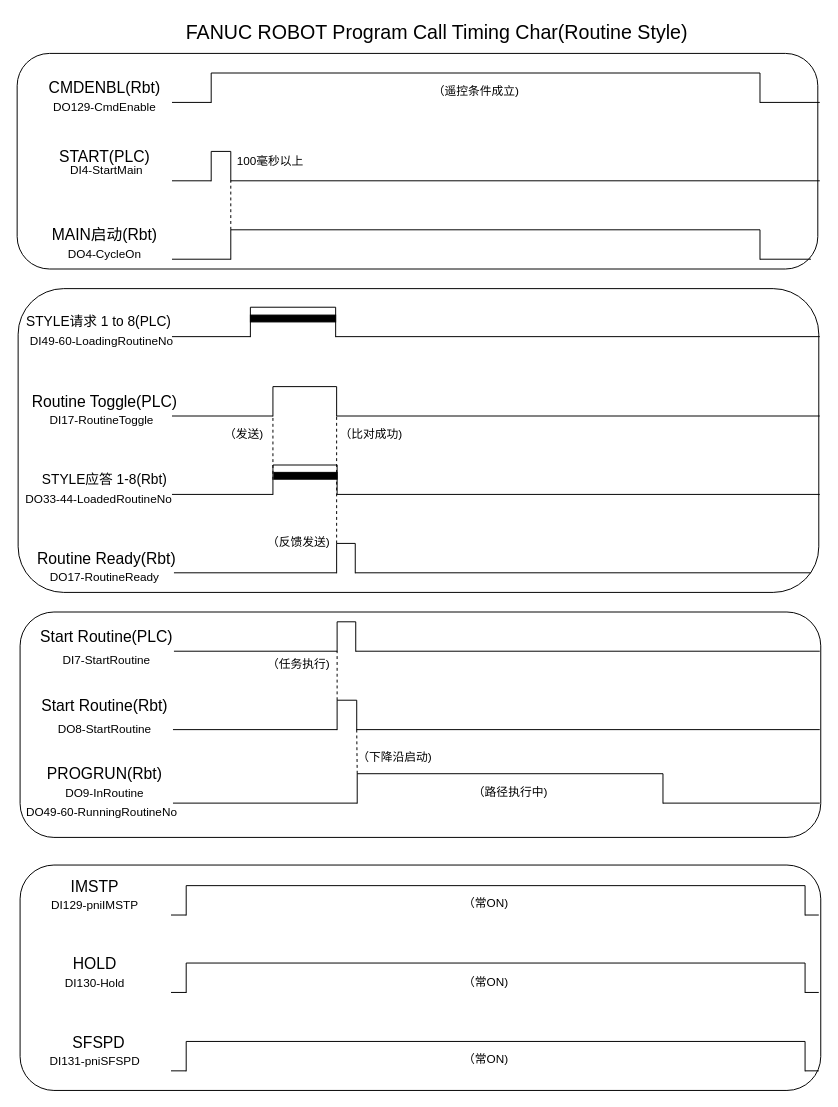
This is Untitled Diagram.drawio from sjw107273131/draw.io, a draw.io file, before an edit. Source tidied: cells renumbered, new cells numbered last; positions are measured from the earlier drawing's top-left corner, leaving out a move shared by most shapes. Both pictures are drawn from the tidied source at 98%, with x=0, y=0 at pixel (17, 17).
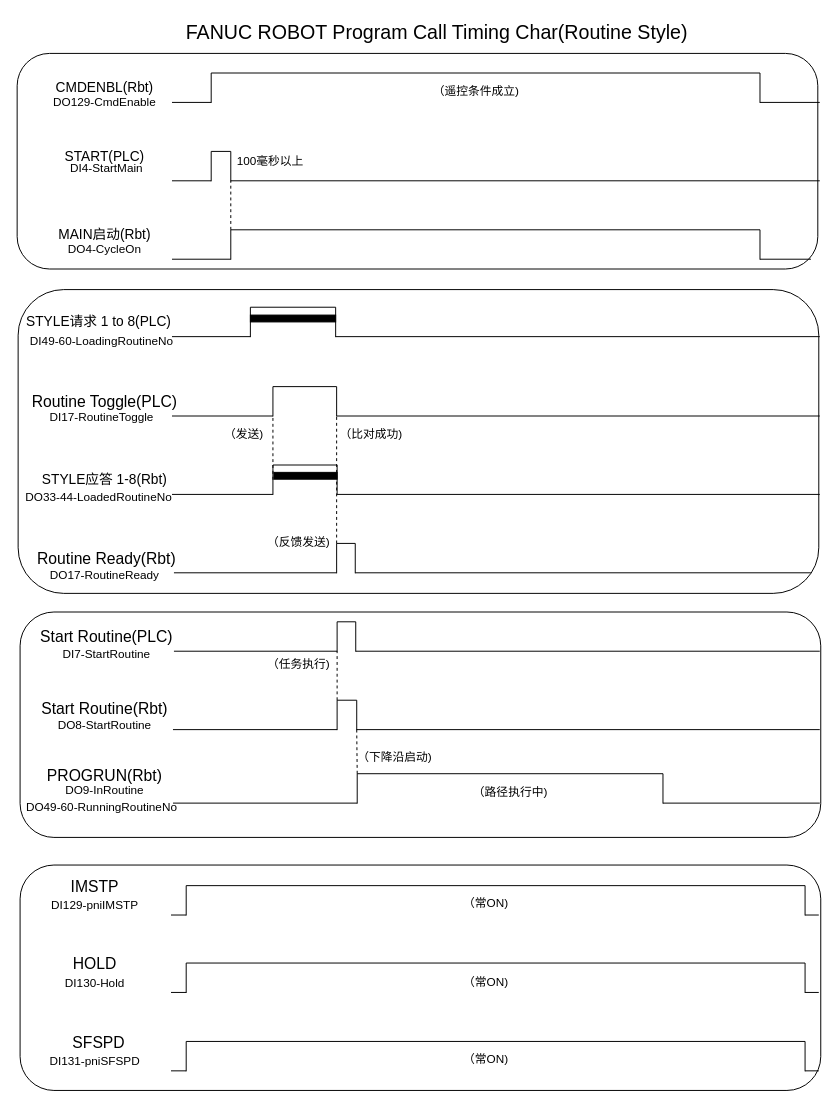
Above is the later version.

Diff of the diagram source:
```diff
@@
+    <mxCell id="4" style="rounded=1;whiteSpace=wrap;html=1;fontSize=16;fillColor=none;" parent="1" vertex="1">
+      <mxGeometry x="3" y="607" width="817" height="230" as="geometry" />
+    </mxCell>
@@
     <mxCell id="3" style="rounded=1;whiteSpace=wrap;html=1;fontSize=16;fillColor=none;" parent="1" vertex="1">
-      <mxGeometry x="1" y="277" width="817" height="310" as="geometry" />
+      <mxGeometry x="1" y="278" width="817" height="310" as="geometry" />
     </mxCell>
-    <mxCell id="4" style="rounded=1;whiteSpace=wrap;html=1;fontSize=16;fillColor=none;" parent="1" vertex="1">
-      <mxGeometry x="3" y="607" width="817" height="230" as="geometry" />
-    </mxCell>
-    <mxCell id="5" value="START(PLC)" style="text;html=1;align=center;verticalAlign=middle;fillColor=none;strokeColor=none;rounded=0;fontSize=16;" parent="1" vertex="1">
-      <mxGeometry x="34" y="132" width="110" height="20" as="geometry" />
+    <mxCell id="5" value="START(PLC)" style="text;html=1;align=center;verticalAlign=middle;fillColor=none;strokeColor=none;rounded=0;fontSize=14;" parent="1" vertex="1">
+      <mxGeometry x="39" y="132" width="100" height="20" as="geometry" />
     </mxCell>
-    <mxCell id="6" value="CMDENBL(Rbt)" style="text;html=1;align=center;verticalAlign=middle;fillColor=none;strokeColor=none;rounded=0;fontSize=16;" parent="1" vertex="1">
-      <mxGeometry x="24" y="62" width="130" height="20" as="geometry" />
+    <mxCell id="6" value="CMDENBL(Rbt)" style="text;html=1;align=center;verticalAlign=middle;fillColor=none;strokeColor=none;rounded=0;fontSize=14;" parent="1" vertex="1">
+      <mxGeometry x="29" y="62" width="120" height="20" as="geometry" />
     </mxCell>
@@
     <mxCell id="11" value="Start Routine(Rbt)" style="text;html=1;align=center;verticalAlign=middle;fillColor=none;strokeColor=none;rounded=0;fontSize=16;" parent="1" vertex="1">
-      <mxGeometry x="19" y="692" width="140" height="20" as="geometry" />
+      <mxGeometry x="19" y="696" width="140" height="20" as="geometry" />
     </mxCell>
     <mxCell id="12" value="DO129-CmdEnable" style="text;html=1;align=center;verticalAlign=middle;fillColor=none;strokeColor=none;rounded=0;fontSize=12;" parent="1" vertex="1">
-      <mxGeometry x="29" y="82" width="120" height="20" as="geometry" />
+      <mxGeometry x="29" y="77" width="120" height="20" as="geometry" />
     </mxCell>
     <mxCell id="13" value="DI4-StartMain" style="text;html=1;align=center;verticalAlign=middle;fillColor=none;strokeColor=none;rounded=0;fontSize=12;" parent="1" vertex="1">
-      <mxGeometry x="46" y="147" width="90" height="20" as="geometry" />
+      <mxGeometry x="46" y="145" width="90" height="20" as="geometry" />
     </mxCell>
@@
-    <mxCell id="24" value="MAIN启动(Rbt)" style="text;html=1;align=center;verticalAlign=middle;fillColor=none;strokeColor=none;rounded=0;fontSize=16;" parent="1" vertex="1">
-      <mxGeometry x="29" y="212" width="120" height="20" as="geometry" />
+    <mxCell id="24" value="MAIN启动(Rbt)" style="text;html=1;align=center;verticalAlign=middle;fillColor=none;strokeColor=none;rounded=0;fontSize=14;" parent="1" vertex="1">
+      <mxGeometry x="34" y="212" width="110" height="20" as="geometry" />
     </mxCell>
     <mxCell id="25" value="DO4-CycleOn" style="text;html=1;align=center;verticalAlign=middle;fillColor=none;strokeColor=none;rounded=0;fontSize=12;" parent="1" vertex="1">
-      <mxGeometry x="44" y="232" width="90" height="20" as="geometry" />
+      <mxGeometry x="44" y="227" width="90" height="20" as="geometry" />
     </mxCell>
@@
     <mxCell id="54" value="DO8-StartRoutine" style="text;html=1;align=center;verticalAlign=middle;fillColor=none;strokeColor=none;rounded=0;fontSize=12;" parent="1" vertex="1">
-      <mxGeometry x="34" y="717" width="110" height="20" as="geometry" />
+      <mxGeometry x="34" y="713" width="110" height="20" as="geometry" />
     </mxCell>
@@
     <mxCell id="69" value="PROGRUN(Rbt)" style="text;html=1;align=center;verticalAlign=middle;fillColor=none;strokeColor=none;rounded=0;fontSize=16;" parent="1" vertex="1">
-      <mxGeometry x="24" y="762" width="130" height="20" as="geometry" />
+      <mxGeometry x="24" y="764" width="130" height="20" as="geometry" />
     </mxCell>
@@
     <mxCell id="73" value="DO9-InRoutine" style="text;html=1;align=center;verticalAlign=middle;fillColor=none;strokeColor=none;rounded=0;fontSize=12;" parent="1" vertex="1">
-      <mxGeometry x="44" y="782" width="90" height="20" as="geometry" />
+      <mxGeometry x="44" y="779" width="90" height="20" as="geometry" />
     </mxCell>
@@
     <mxCell id="75" value="DI7-StartRoutine" style="text;html=1;align=center;verticalAlign=middle;fillColor=none;strokeColor=none;rounded=0;fontSize=12;" parent="1" vertex="1">
-      <mxGeometry x="41" y="647" width="100" height="20" as="geometry" />
+      <mxGeometry x="41" y="640" width="100" height="20" as="geometry" />
     </mxCell>
@@
     <mxCell id="79" value="DO33-44-LoadedRoutineNo" style="text;html=1;align=center;verticalAlign=middle;fillColor=none;strokeColor=none;rounded=0;fontSize=12;" parent="1" vertex="1">
-      <mxGeometry x="3" y="482" width="160" height="20" as="geometry" />
+      <mxGeometry x="3" y="480" width="160" height="20" as="geometry" />
     </mxCell>
     <mxCell id="80" value="DO49-60-RunningRoutineNo" style="text;html=1;align=center;verticalAlign=middle;fillColor=none;strokeColor=none;rounded=0;fontSize=12;" parent="1" vertex="1">
-      <mxGeometry x="1" y="802" width="170" height="20" as="geometry" />
+      <mxGeometry x="1" y="797" width="170" height="20" as="geometry" />
     </mxCell>
     <mxCell id="81" value="DO17-RoutineReady" style="text;html=1;align=center;verticalAlign=middle;fillColor=none;strokeColor=none;rounded=0;fontSize=12;" parent="1" vertex="1">
-      <mxGeometry x="29" y="562" width="120" height="20" as="geometry" />
+      <mxGeometry x="29" y="560" width="120" height="20" as="geometry" />
     </mxCell>
     <mxCell id="82" value="DI17-RoutineToggle" style="text;html=1;align=center;verticalAlign=middle;fillColor=none;strokeColor=none;rounded=0;fontSize=12;" parent="1" vertex="1">
-      <mxGeometry x="26" y="402" width="120" height="20" as="geometry" />
+      <mxGeometry x="26" y="399" width="120" height="20" as="geometry" />
     </mxCell>
```
